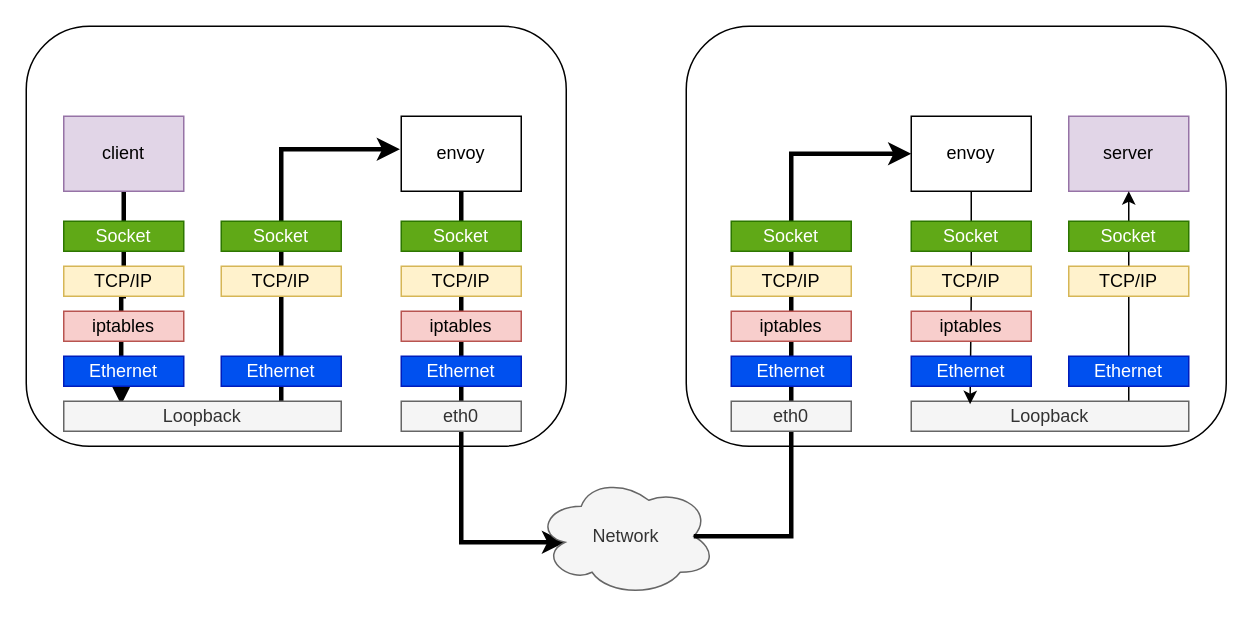
The draw.io diagram datapath between sidecar and service(before).drawio in xu1zhou/Documents, before the edit. Source tidied: cells renumbered, new cells numbered last; positions are measured from the earlier drawing's top-left corner, leaving out a move shared by most shapes. Both pictures are drawn from the tidied source at 150%, with x=0, y=0 at pixel (26, 26).
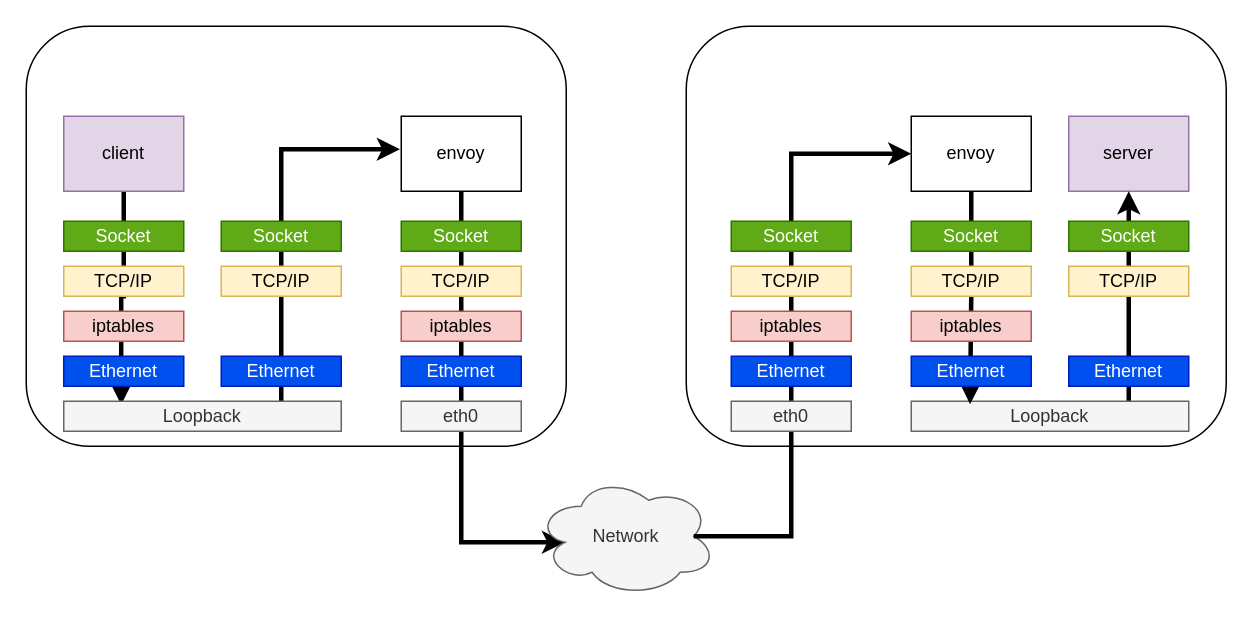
Above is the later version.

Unchanged cells that the change refers to:
```xml
<mxCell id="22" value="server" style="rounded=0;whiteSpace=wrap;html=1;fillColor=#e1d5e7;strokeColor=#9673a6;" parent="1" vertex="1">
  <mxGeometry x="695" y="60" width="80" height="50" as="geometry" />
</mxCell>
<mxCell id="24" value="Loopback" style="rounded=0;whiteSpace=wrap;html=1;fillColor=#f5f5f5;strokeColor=#666666;fontColor=#333333;" parent="1" vertex="1">
  <mxGeometry x="590" y="250" width="185" height="20" as="geometry" />
</mxCell>
<mxCell id="29" value="envoy" style="rounded=0;whiteSpace=wrap;html=1;" parent="1" vertex="1">
  <mxGeometry x="590" y="60" width="80" height="50" as="geometry" />
</mxCell>
```

Change to the diagram source:
```diff
@@
-    <mxCell id="23" style="edgeStyle=orthogonalEdgeStyle;rounded=0;jettySize=auto;html=1;entryX=0.5;entryY=1;entryDx=0;entryDy=0;strokeColor=#000000;" parent="1" edge="1" source="24" target="22">
+    <mxCell id="23" style="edgeStyle=orthogonalEdgeStyle;rounded=0;jettySize=auto;html=1;entryX=0.5;entryY=1;entryDx=0;entryDy=0;strokeColor=#000000;strokeWidth=3;" parent="1" edge="1" source="24" target="22">
       <mxGeometry relative="1" as="geometry">
         <Array as="points">
           <mxPoint x="735" y="210" />
           <mxPoint x="735" y="210" />
         </Array>
       </mxGeometry>
     </mxCell>
@@
-    <mxCell id="28" style="edgeStyle=orthogonalEdgeStyle;rounded=0;jettySize=auto;html=1;entryX=0.212;entryY=0.099;entryDx=0;entryDy=0;entryPerimeter=0;strokeColor=#000000;" parent="1" edge="1" source="29" target="24">
+    <mxCell id="28" style="edgeStyle=orthogonalEdgeStyle;rounded=0;jettySize=auto;html=1;entryX=0.212;entryY=0.099;entryDx=0;entryDy=0;entryPerimeter=0;strokeColor=#000000;strokeWidth=3;" parent="1" edge="1" source="29" target="24">
       <mxGeometry relative="1" as="geometry" />
     </mxCell>
```
